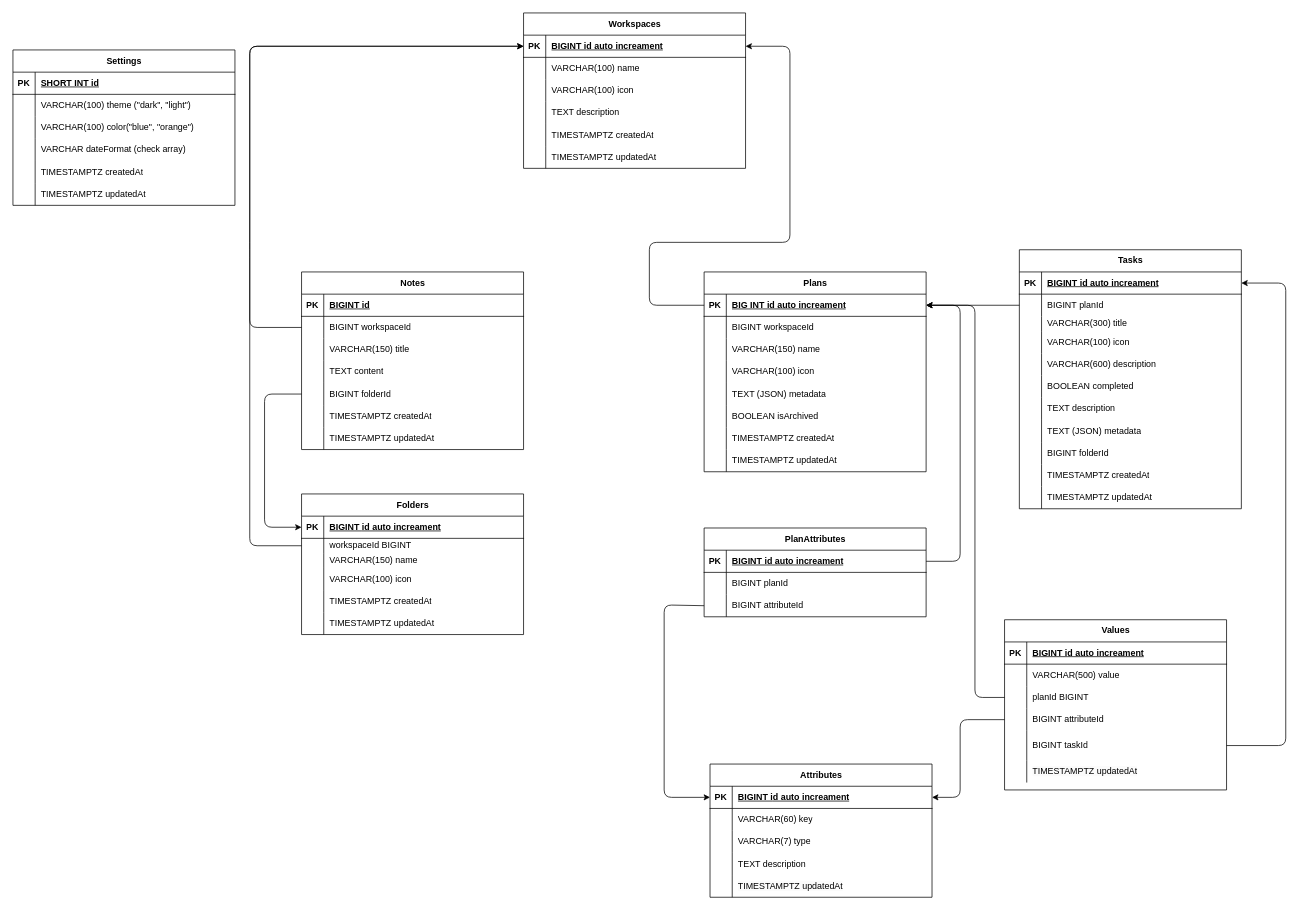
The draw.io diagram ERD.drawio in osama78assi/tornado-planner, before the edit. Source tidied: cells renumbered, new cells numbered last; positions are measured from the earlier drawing's top-left corner, leaving out a move shared by most shapes. Both pictures are drawn from the tidied source at 74%, with x=0, y=0 at pixel (13, 13).
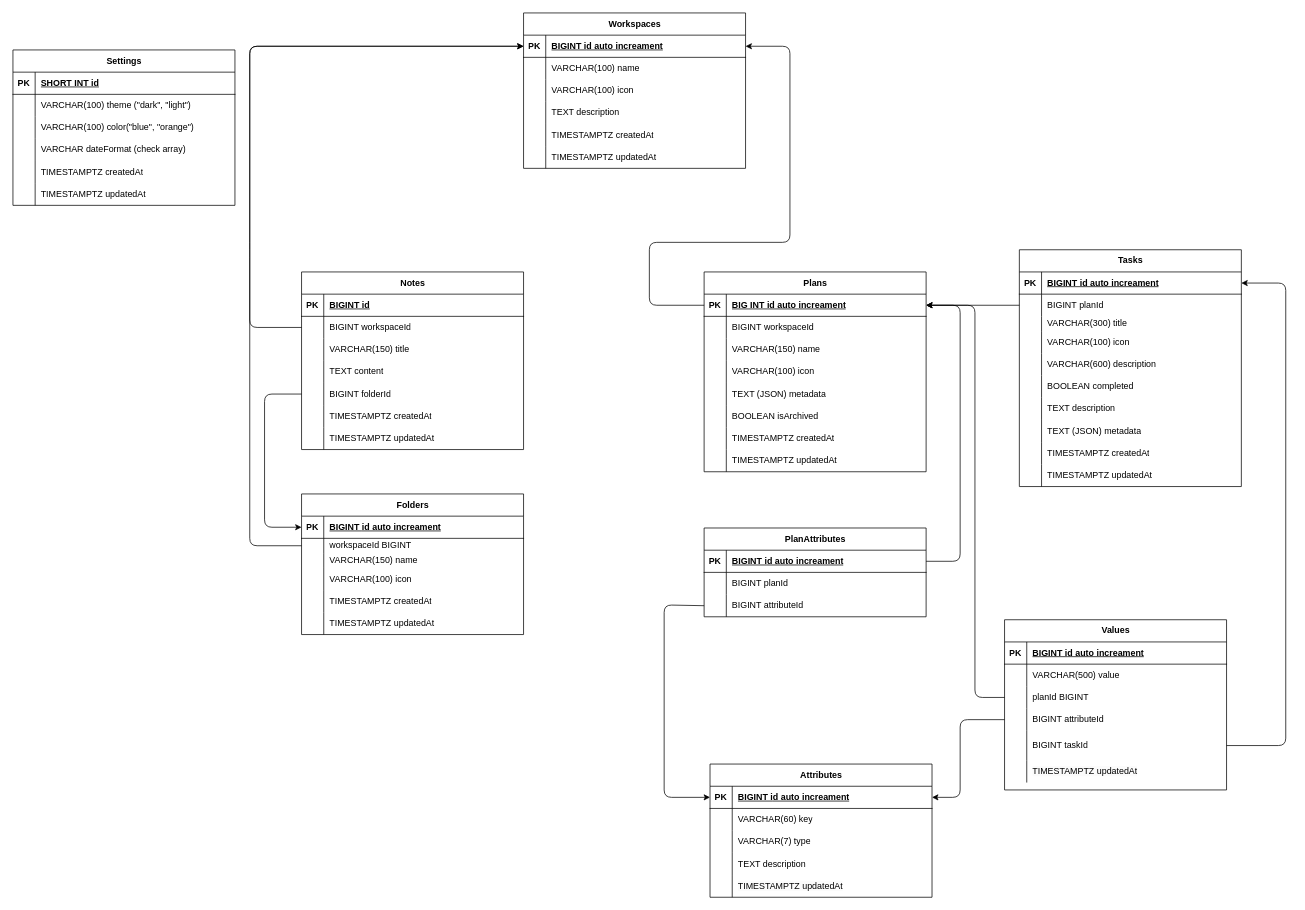
The same page after the edit.

Diff of the diagram source:
```diff
@@
     <mxCell id="27" value="Tasks" style="shape=table;startSize=30;childLayout=tableLayout;rowLines=0;fontStyle=1;align=center;html=1;" parent="1" vertex="1">
-      <mxGeometry x="1360" y="320" width="300" height="350" as="geometry" />
+      <mxGeometry x="1360" y="320" width="300" height="320" as="geometry" />
     </mxCell>
@@
-    <mxCell id="52" style="shape=tableRow;horizontal=0;startSize=0;swimlaneHead=0;swimlaneBody=0;fillColor=none;top=0;left=0;right=0;bottom=0;" parent="27" vertex="1">
-      <mxGeometry y="260" width="300" height="30" as="geometry" />
-    </mxCell>
-    <mxCell id="53" style="shape=partialRectangle;fillColor=none;top=0;left=0;bottom=0;right=0;overflow=hidden;whiteSpace=wrap;html=1;" parent="52" vertex="1">
-      <mxGeometry width="30" height="30" as="geometry" />
-    </mxCell>
-    <mxCell id="54" value="BIGINT folderId" style="shape=partialRectangle;fillColor=none;top=0;left=0;bottom=0;right=0;align=left;spacingLeft=6;overflow=hidden;whiteSpace=wrap;html=1;" parent="52" vertex="1">
-      <mxGeometry x="30" width="270" height="30" as="geometry" />
-    </mxCell>
     <mxCell id="55" style="shape=tableRow;horizontal=0;startSize=0;swimlaneHead=0;swimlaneBody=0;fillColor=none;top=0;left=0;right=0;bottom=0;" parent="27" vertex="1">
-      <mxGeometry y="290" width="300" height="30" as="geometry" />
+      <mxGeometry y="260" width="300" height="30" as="geometry" />
     </mxCell>
@@
     <mxCell id="58" style="shape=tableRow;horizontal=0;startSize=0;swimlaneHead=0;swimlaneBody=0;fillColor=none;top=0;left=0;right=0;bottom=0;" parent="27" vertex="1">
-      <mxGeometry y="320" width="300" height="30" as="geometry" />
+      <mxGeometry y="290" width="300" height="30" as="geometry" />
     </mxCell>
```
